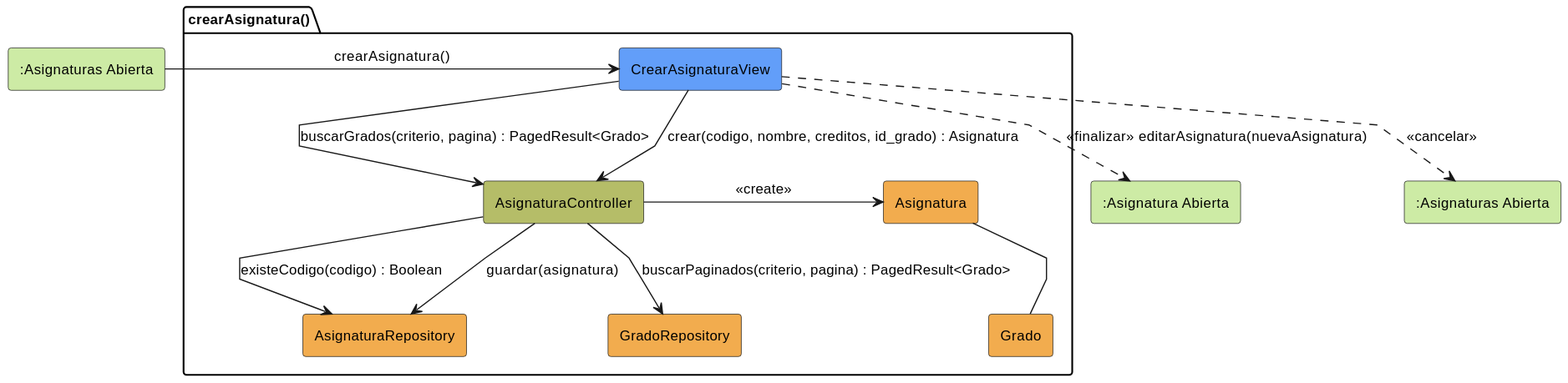
Before: images/01-analisis/casos-uso/crearAsignatura/crearAsignatura-analisis.svg, a diagram exported from PlantUML (carlos-alvarado-25/25-26-idsw2-sdVC). The source it was exported from:
```plantuml
@startuml
skinparam backgroundColor white
skinparam shadowing false
skinparam DefaultFontColor black
skinparam DefaultFontSize 12
skinparam linetype polyline

rectangle #CDEBA5 ":Asignaturas Abierta" as AsignaturasAbierto

package crearAsignatura as "crearAsignatura()" {
    rectangle #629EF9 CrearAsignaturaView
    rectangle #b5bd68 AsignaturaController
    rectangle #F2AC4E AsignaturaRepository
    rectangle #F2AC4E GradoRepository
    rectangle #F2AC4E Asignatura
    rectangle #F2AC4E Grado
}

rectangle #CDEBA5 ":Asignatura Abierta" as AsignaturaAbierto
rectangle #CDEBA5 ":Asignaturas Abierta" as AsignaturasAbiertoSalida

AsignaturasAbierto -r-> CrearAsignaturaView: crearAsignatura()

CrearAsignaturaView -d-> AsignaturaController: buscarGrados(criterio, pagina) : PagedResult<Grado>
AsignaturaController -d-> GradoRepository: buscarPaginados(criterio, pagina) : PagedResult<Grado>

CrearAsignaturaView -d-> AsignaturaController: crear(codigo, nombre, creditos, id_grado) : Asignatura

AsignaturaController -d-> AsignaturaRepository: existeCodigo(codigo) : Boolean
AsignaturaController -r-> Asignatura: <<create>>
AsignaturaController -d-> AsignaturaRepository: guardar(asignatura)

Asignatura -- Grado

CrearAsignaturaView ..> AsignaturaAbierto: <<finalizar>> editarAsignatura(nuevaAsignatura)
CrearAsignaturaView ..> AsignaturasAbiertoSalida: <<cancelar>>
@enduml
```
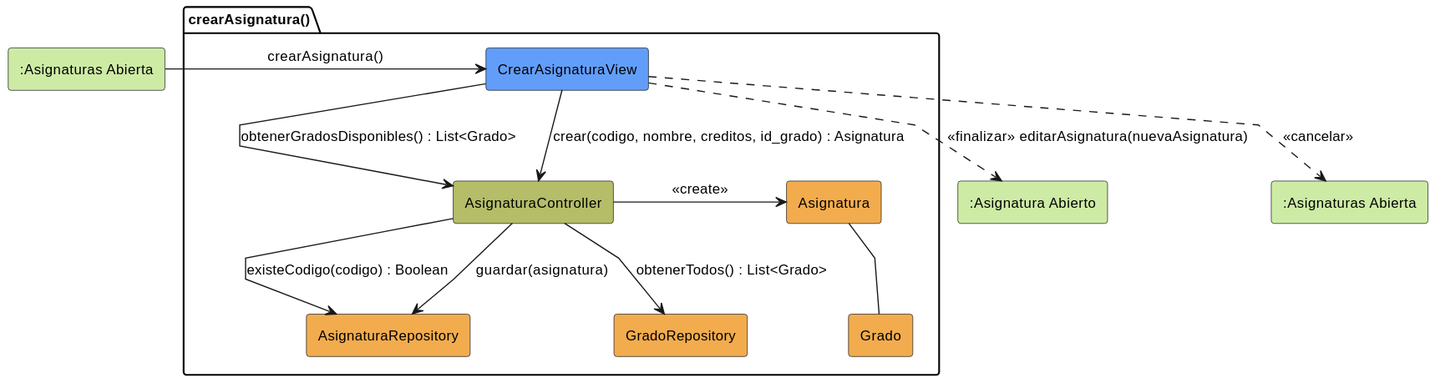
After the change.

Commit message:
Add analysis diagrams for 'editarAsignatura' use case and update 'crearAsignatura' collaboration diagram

The edit, as a diff of the source:
```diff
@@ -16,13 +16,13 @@
     rectangle #F2AC4E Grado
 }
 
-rectangle #CDEBA5 ":Asignatura Abierta" as AsignaturaAbierto
+rectangle #CDEBA5 ":Asignatura Abierto" as AsignaturaAbierto
 rectangle #CDEBA5 ":Asignaturas Abierta" as AsignaturasAbiertoSalida
 
 AsignaturasAbierto -r-> CrearAsignaturaView: crearAsignatura()
 
-CrearAsignaturaView -d-> AsignaturaController: buscarGrados(criterio, pagina) : PagedResult<Grado>
-AsignaturaController -d-> GradoRepository: buscarPaginados(criterio, pagina) : PagedResult<Grado>
+CrearAsignaturaView -d-> AsignaturaController: obtenerGradosDisponibles() : List<Grado>
+AsignaturaController -d-> GradoRepository: obtenerTodos() : List<Grado>
 
 CrearAsignaturaView -d-> AsignaturaController: crear(codigo, nombre, creditos, id_grado) : Asignatura
 
```
